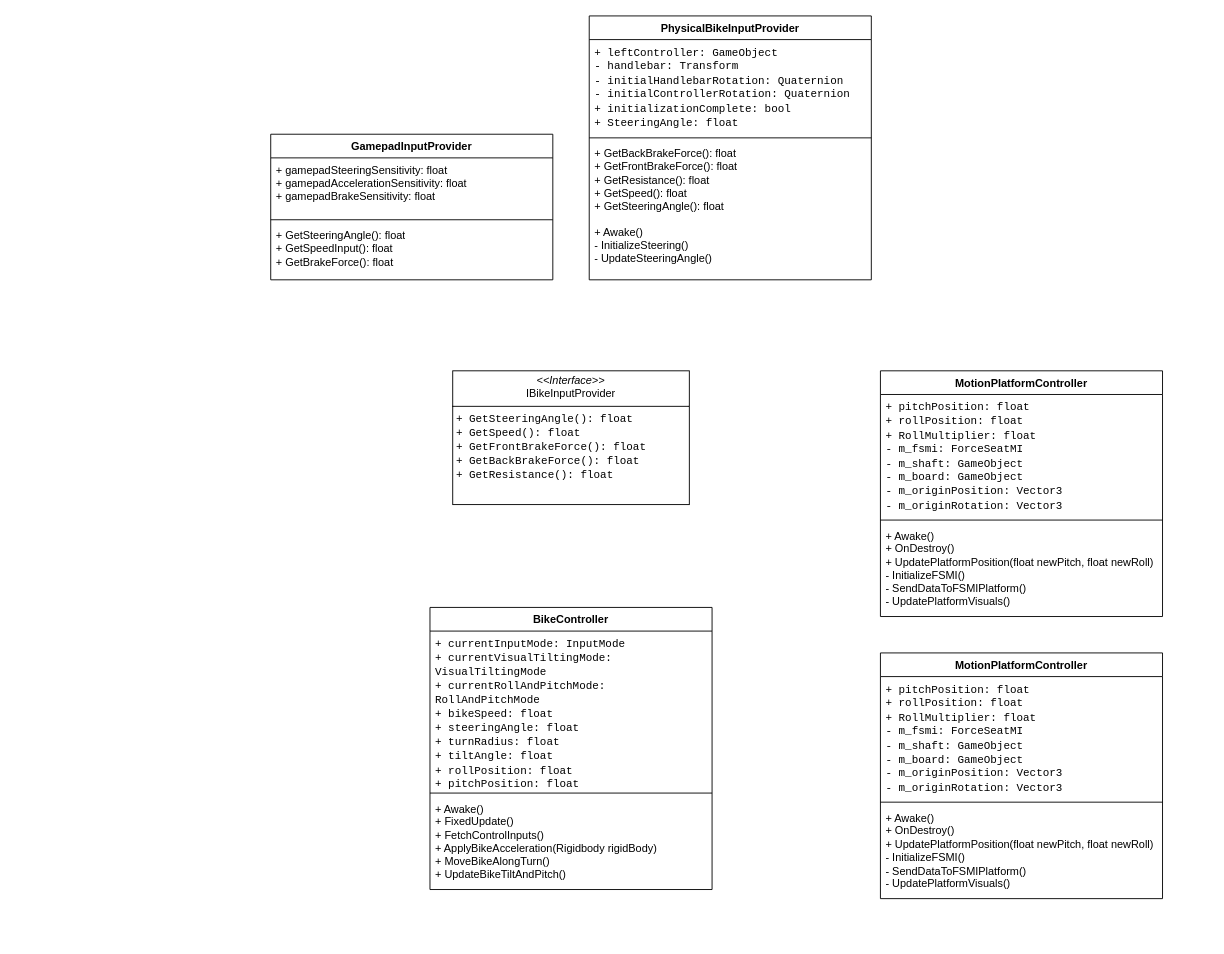
Before: Documentation/Class_Diagram.drawio in Limbus757/Bike_Sim_TU_Vienna, a draw.io diagram. Source tidied: cells renumbered, new cells numbered last; positions are measured from the earlier drawing's top-left corner, leaving out a move shared by most shapes. Both pictures are drawn from the tidied source at 91%, with x=0, y=0 at pixel (270, 15).
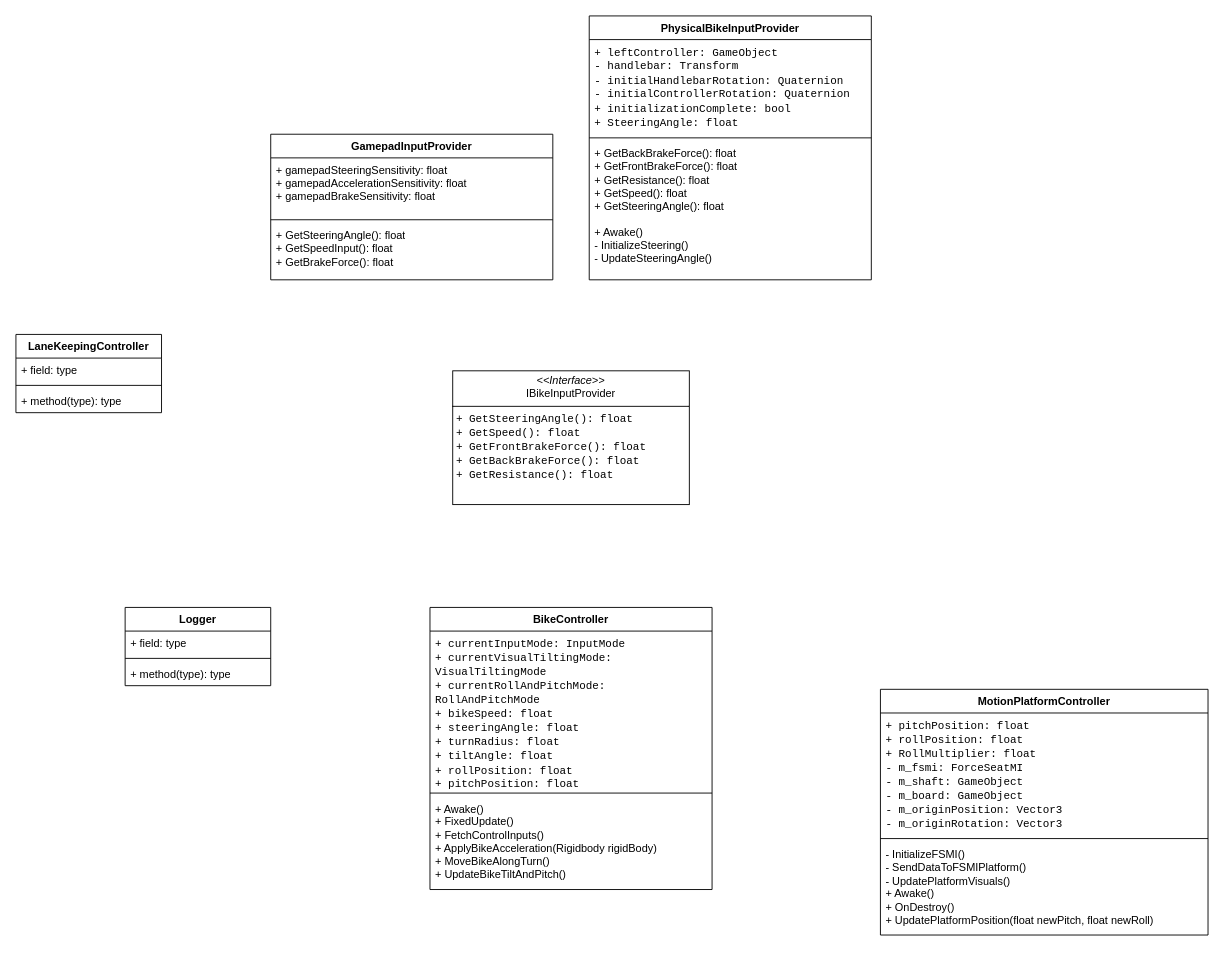
After the change.

What changed in the source:
```diff
@@
-    <mxCell id="15" value="MotionPlatformController" style="swimlane;fontStyle=1;align=center;verticalAlign=top;horizontal=1;startSize=26;whiteSpace=wrap;html=1;" parent="1" vertex="1">
-      <mxGeometry x="670" y="390" width="310" height="270" as="geometry" />
-    </mxCell>
-    <mxCell id="16" value="&lt;div&gt;&lt;font face=&quot;monospace&quot;&gt;+ pitchPosition: float&lt;/font&gt;&lt;/div&gt;&lt;div&gt;&lt;font face=&quot;monospace&quot;&gt;+ rollPosition: float&lt;/font&gt;&lt;/div&gt;&lt;div&gt;&lt;font face=&quot;monospace&quot;&gt;+ RollMultiplier: float&lt;/font&gt;&lt;/div&gt;&lt;div&gt;&lt;font face=&quot;monospace&quot;&gt;- m_fsmi: ForceSeatMI&lt;/font&gt;&lt;/div&gt;&lt;div&gt;&lt;font face=&quot;monospace&quot;&gt;- m_shaft: GameObject&lt;/font&gt;&lt;/div&gt;&lt;div&gt;&lt;font face=&quot;monospace&quot;&gt;- m_board: GameObject&lt;/font&gt;&lt;/div&gt;&lt;div&gt;&lt;font face=&quot;monospace&quot;&gt;- m_originPosition: Vector3&lt;/font&gt;&lt;/div&gt;&lt;div&gt;&lt;font face=&quot;monospace&quot;&gt;- m_originRotation: Vector3&lt;/font&gt;&lt;/div&gt;" style="text;strokeColor=none;fillColor=none;align=left;verticalAlign=top;spacingLeft=4;spacingRight=4;overflow=hidden;whiteSpace=wrap;html=1;" parent="15" vertex="1">
-      <mxGeometry y="26" width="310" height="134" as="geometry" />
-    </mxCell>
-    <mxCell id="17" style="line;strokeWidth=1;fillColor=none;align=left;verticalAlign=middle;spacingTop=-1;spacingLeft=3;spacingRight=3;labelPosition=right;strokeColor=inherit;" parent="15" vertex="1">
-      <mxGeometry y="160" width="310" height="8" as="geometry" />
-    </mxCell>
-    <mxCell id="18" value="&lt;div&gt;+ Awake()&lt;/div&gt;&lt;div&gt;+ OnDestroy()&lt;/div&gt;&lt;div&gt;+ UpdatePlatformPosition(float newPitch, float newRoll)&lt;/div&gt;&lt;div&gt;- InitializeFSMI()&lt;/div&gt;&lt;div&gt;- SendDataToFSMIPlatform()&lt;/div&gt;&lt;div&gt;- UpdatePlatformVisuals()&lt;/div&gt;" style="text;strokeColor=none;fillColor=none;align=left;verticalAlign=top;spacingLeft=4;spacingRight=4;overflow=hidden;whiteSpace=wrap;html=1;" parent="15" vertex="1">
-      <mxGeometry y="168" width="310" height="102" as="geometry" />
-    </mxCell>
     <mxCell id="19" value="MotionPlatformController" style="swimlane;fontStyle=1;align=center;verticalAlign=top;horizontal=1;startSize=26;whiteSpace=wrap;html=1;" parent="1" vertex="1">
-      <mxGeometry x="670" y="700" width="310" height="270" as="geometry" />
+      <mxGeometry x="670" y="740" width="360" height="270" as="geometry" />
     </mxCell>
     <mxCell id="20" value="&lt;div&gt;&lt;font face=&quot;monospace&quot;&gt;+ pitchPosition: float&lt;/font&gt;&lt;/div&gt;&lt;div&gt;&lt;font face=&quot;monospace&quot;&gt;+ rollPosition: float&lt;/font&gt;&lt;/div&gt;&lt;div&gt;&lt;font face=&quot;monospace&quot;&gt;+ RollMultiplier: float&lt;/font&gt;&lt;/div&gt;&lt;div&gt;&lt;font face=&quot;monospace&quot;&gt;- m_fsmi: ForceSeatMI&lt;/font&gt;&lt;/div&gt;&lt;div&gt;&lt;font face=&quot;monospace&quot;&gt;- m_shaft: GameObject&lt;/font&gt;&lt;/div&gt;&lt;div&gt;&lt;font face=&quot;monospace&quot;&gt;- m_board: GameObject&lt;/font&gt;&lt;/div&gt;&lt;div&gt;&lt;font face=&quot;monospace&quot;&gt;- m_originPosition: Vector3&lt;/font&gt;&lt;/div&gt;&lt;div&gt;&lt;font face=&quot;monospace&quot;&gt;- m_originRotation: Vector3&lt;/font&gt;&lt;/div&gt;" style="text;strokeColor=none;fillColor=none;align=left;verticalAlign=top;spacingLeft=4;spacingRight=4;overflow=hidden;whiteSpace=wrap;html=1;" parent="19" vertex="1">
-      <mxGeometry y="26" width="310" height="134" as="geometry" />
+      <mxGeometry y="26" width="360" height="134" as="geometry" />
     </mxCell>
     <mxCell id="21" style="line;strokeWidth=1;fillColor=none;align=left;verticalAlign=middle;spacingTop=-1;spacingLeft=3;spacingRight=3;labelPosition=right;strokeColor=inherit;" parent="19" vertex="1">
-      <mxGeometry y="160" width="310" height="8" as="geometry" />
+      <mxGeometry y="160" width="360" height="8" as="geometry" />
     </mxCell>
-    <mxCell id="22" value="&lt;div&gt;+ Awake()&lt;/div&gt;&lt;div&gt;+ OnDestroy()&lt;/div&gt;&lt;div&gt;+ UpdatePlatformPosition(float newPitch, float newRoll)&lt;/div&gt;&lt;div&gt;- InitializeFSMI()&lt;/div&gt;&lt;div&gt;- SendDataToFSMIPlatform()&lt;/div&gt;&lt;div&gt;- UpdatePlatformVisuals()&lt;/div&gt;" style="text;strokeColor=none;fillColor=none;align=left;verticalAlign=top;spacingLeft=4;spacingRight=4;overflow=hidden;whiteSpace=wrap;html=1;" parent="19" vertex="1">
-      <mxGeometry y="168" width="310" height="102" as="geometry" />
+    <mxCell id="22" value="&lt;div&gt;&lt;div&gt;- InitializeFSMI()&lt;/div&gt;&lt;div&gt;- SendDataToFSMIPlatform()&lt;/div&gt;&lt;div&gt;- UpdatePlatformVisuals()&lt;/div&gt;&lt;/div&gt;&lt;div&gt;+ Awake()&lt;/div&gt;&lt;div&gt;+ OnDestroy()&lt;/div&gt;&lt;div&gt;+ UpdatePlatformPosition(float newPitch, float newRoll)&lt;/div&gt;&lt;div&gt;&lt;br&gt;&lt;/div&gt;" style="text;strokeColor=none;fillColor=none;align=left;verticalAlign=top;spacingLeft=4;spacingRight=4;overflow=hidden;whiteSpace=wrap;html=1;" parent="19" vertex="1">
+      <mxGeometry y="168" width="360" height="102" as="geometry" />
     </mxCell>
+    <mxCell id="23" value="Logger" style="swimlane;fontStyle=1;align=center;verticalAlign=top;horizontal=1;startSize=26;whiteSpace=wrap;html=1;" parent="1" vertex="1">
+      <mxGeometry x="-160" y="650" width="160" height="86" as="geometry" />
+    </mxCell>
+    <mxCell id="24" value="+ field: type" style="text;strokeColor=none;fillColor=none;align=left;verticalAlign=top;spacingLeft=4;spacingRight=4;overflow=hidden;whiteSpace=wrap;html=1;" parent="23" vertex="1">
+      <mxGeometry y="26" width="160" height="26" as="geometry" />
+    </mxCell>
+    <mxCell id="25" style="line;strokeWidth=1;fillColor=none;align=left;verticalAlign=middle;spacingTop=-1;spacingLeft=3;spacingRight=3;labelPosition=right;strokeColor=inherit;" parent="23" vertex="1">
+      <mxGeometry y="52" width="160" height="8" as="geometry" />
+    </mxCell>
+    <mxCell id="26" value="+ method(type): type" style="text;strokeColor=none;fillColor=none;align=left;verticalAlign=top;spacingLeft=4;spacingRight=4;overflow=hidden;whiteSpace=wrap;html=1;" parent="23" vertex="1">
+      <mxGeometry y="60" width="160" height="26" as="geometry" />
+    </mxCell>
+    <mxCell id="27" value="LaneKeepingController" style="swimlane;fontStyle=1;align=center;verticalAlign=top;horizontal=1;startSize=26;whiteSpace=wrap;html=1;" parent="1" vertex="1">
+      <mxGeometry x="-280" y="350" width="160" height="86" as="geometry" />
+    </mxCell>
+    <mxCell id="28" value="+ field: type" style="text;strokeColor=none;fillColor=none;align=left;verticalAlign=top;spacingLeft=4;spacingRight=4;overflow=hidden;whiteSpace=wrap;html=1;" parent="27" vertex="1">
+      <mxGeometry y="26" width="160" height="26" as="geometry" />
+    </mxCell>
+    <mxCell id="29" style="line;strokeWidth=1;fillColor=none;align=left;verticalAlign=middle;spacingTop=-1;spacingLeft=3;spacingRight=3;labelPosition=right;strokeColor=inherit;" parent="27" vertex="1">
+      <mxGeometry y="52" width="160" height="8" as="geometry" />
+    </mxCell>
+    <mxCell id="30" value="+ method(type): type" style="text;strokeColor=none;fillColor=none;align=left;verticalAlign=top;spacingLeft=4;spacingRight=4;overflow=hidden;whiteSpace=wrap;html=1;" parent="27" vertex="1">
+      <mxGeometry y="60" width="160" height="26" as="geometry" />
+    </mxCell>
```
